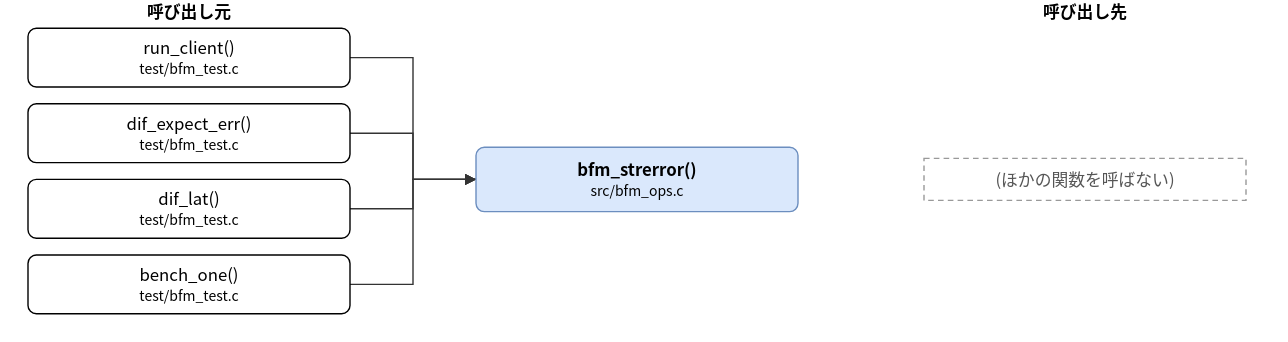
Earlier version of the draw.io export doc/spec/images/call_src_bfm_ops-bfm_strerror.drawio.svg (hf355051012-ai/bfmem). Source tidied: cells renumbered, new cells last; positions are measured from the earlier drawing's top-left corner, leaving out a move shared by most shapes. The source it was exported from:
```xml
<mxGraphModel>
  <root>
    <mxCell id="0" />
    <mxCell id="1" parent="0" />
    <mxCell id="2" value="bfm_strerror()&lt;br&gt;&lt;font style=&quot;font-size:10px&quot;&gt;src/bfm_ops.c&lt;/font&gt;" style="rounded=1;whiteSpace=wrap;html=1;fillColor=#dae8fc;strokeColor=#6c8ebf;fontStyle=1;" parent="1" vertex="1">
      <mxGeometry x="320" y="105" width="230" height="46" as="geometry" />
    </mxCell>
    <mxCell id="3" value="run_client()&lt;br&gt;&lt;font style=&quot;font-size:10px&quot;&gt;test/bfm_test.c&lt;/font&gt;" style="rounded=1;whiteSpace=wrap;html=1;" parent="1" vertex="1">
      <mxGeometry y="20" width="230" height="42" as="geometry" />
    </mxCell>
    <mxCell id="4" value="dif_expect_err()&lt;br&gt;&lt;font style=&quot;font-size:10px&quot;&gt;test/bfm_test.c&lt;/font&gt;" style="rounded=1;whiteSpace=wrap;html=1;" parent="1" vertex="1">
      <mxGeometry y="74" width="230" height="42" as="geometry" />
    </mxCell>
    <mxCell id="5" value="dif_lat()&lt;br&gt;&lt;font style=&quot;font-size:10px&quot;&gt;test/bfm_test.c&lt;/font&gt;" style="rounded=1;whiteSpace=wrap;html=1;" parent="1" vertex="1">
      <mxGeometry y="128" width="230" height="42" as="geometry" />
    </mxCell>
    <mxCell id="6" value="bench_one()&lt;br&gt;&lt;font style=&quot;font-size:10px&quot;&gt;test/bfm_test.c&lt;/font&gt;" style="rounded=1;whiteSpace=wrap;html=1;" parent="1" vertex="1">
      <mxGeometry y="182" width="230" height="42" as="geometry" />
    </mxCell>
    <mxCell id="7" value="(ほかの関数を呼ばない)" style="rounded=0;whiteSpace=wrap;html=1;dashed=1;strokeColor=#999999;fontColor=#555555;dashed=1;" parent="1" vertex="1">
      <mxGeometry x="640" y="113" width="230" height="30" as="geometry" />
    </mxCell>
    <mxCell id="8" style="edgeStyle=none;html=1;rounded=0;endArrow=block;endFill=1;exitX=1.0000;exitY=0.5000;exitDx=0;exitDy=0;exitPerimeter=0;entryX=0.0000;entryY=0.5000;entryDx=0;entryDy=0;entryPerimeter=0;" parent="1" edge="1" source="3" target="2">
      <mxGeometry relative="1" as="geometry">
        <Array as="points">
          <mxPoint x="275" y="41" />
          <mxPoint x="275" y="128" />
        </Array>
      </mxGeometry>
    </mxCell>
    <mxCell id="9" style="edgeStyle=none;html=1;rounded=0;endArrow=block;endFill=1;exitX=1.0000;exitY=0.5000;exitDx=0;exitDy=0;exitPerimeter=0;entryX=0.0000;entryY=0.5000;entryDx=0;entryDy=0;entryPerimeter=0;" parent="1" edge="1" source="4" target="2">
      <mxGeometry relative="1" as="geometry">
        <Array as="points">
          <mxPoint x="275" y="95" />
          <mxPoint x="275" y="128" />
        </Array>
      </mxGeometry>
    </mxCell>
    <mxCell id="10" style="edgeStyle=none;html=1;rounded=0;endArrow=block;endFill=1;exitX=1.0000;exitY=0.5000;exitDx=0;exitDy=0;exitPerimeter=0;entryX=0.0000;entryY=0.5000;entryDx=0;entryDy=0;entryPerimeter=0;" parent="1" edge="1" source="5" target="2">
      <mxGeometry relative="1" as="geometry">
        <Array as="points">
          <mxPoint x="275" y="149" />
          <mxPoint x="275" y="128" />
        </Array>
      </mxGeometry>
    </mxCell>
    <mxCell id="11" style="edgeStyle=none;html=1;rounded=0;endArrow=block;endFill=1;exitX=1.0000;exitY=0.5000;exitDx=0;exitDy=0;exitPerimeter=0;entryX=0.0000;entryY=0.5000;entryDx=0;entryDy=0;entryPerimeter=0;" parent="1" edge="1" source="6" target="2">
      <mxGeometry relative="1" as="geometry">
        <Array as="points">
          <mxPoint x="275" y="203" />
          <mxPoint x="275" y="128" />
        </Array>
      </mxGeometry>
    </mxCell>
    <mxCell id="12" value="呼び出し元" style="text;html=1;align=center;fontStyle=1;" parent="1" vertex="1">
      <mxGeometry x="35" width="160" height="18" as="geometry" />
    </mxCell>
    <mxCell id="13" value="呼び出し先" style="text;html=1;align=center;fontStyle=1;" parent="1" vertex="1">
      <mxGeometry x="675" width="160" height="18" as="geometry" />
    </mxCell>
  </root>
</mxGraphModel>
```
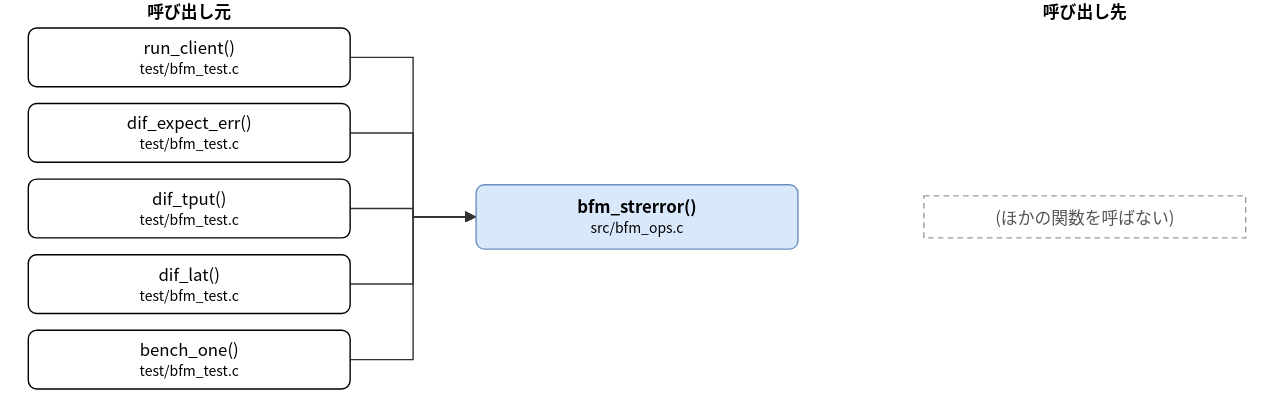
Above is the later version.

The edit, as a diff of the source:
```diff
@@ -3,7 +3,7 @@
     <mxCell id="0" />
     <mxCell id="1" parent="0" />
     <mxCell id="2" value="bfm_strerror()&lt;br&gt;&lt;font style=&quot;font-size:10px&quot;&gt;src/bfm_ops.c&lt;/font&gt;" style="rounded=1;whiteSpace=wrap;html=1;fillColor=#dae8fc;strokeColor=#6c8ebf;fontStyle=1;" parent="1" vertex="1">
-      <mxGeometry x="320" y="105" width="230" height="46" as="geometry" />
+      <mxGeometry x="320" y="132" width="230" height="46" as="geometry" />
     </mxCell>
     <mxCell id="3" value="run_client()&lt;br&gt;&lt;font style=&quot;font-size:10px&quot;&gt;test/bfm_test.c&lt;/font&gt;" style="rounded=1;whiteSpace=wrap;html=1;" parent="1" vertex="1">
       <mxGeometry y="20" width="230" height="42" as="geometry" />
@@ -11,20 +11,23 @@
     <mxCell id="4" value="dif_expect_err()&lt;br&gt;&lt;font style=&quot;font-size:10px&quot;&gt;test/bfm_test.c&lt;/font&gt;" style="rounded=1;whiteSpace=wrap;html=1;" parent="1" vertex="1">
       <mxGeometry y="74" width="230" height="42" as="geometry" />
     </mxCell>
-    <mxCell id="5" value="dif_lat()&lt;br&gt;&lt;font style=&quot;font-size:10px&quot;&gt;test/bfm_test.c&lt;/font&gt;" style="rounded=1;whiteSpace=wrap;html=1;" parent="1" vertex="1">
+    <mxCell id="5" value="dif_tput()&lt;br&gt;&lt;font style=&quot;font-size:10px&quot;&gt;test/bfm_test.c&lt;/font&gt;" style="rounded=1;whiteSpace=wrap;html=1;" parent="1" vertex="1">
       <mxGeometry y="128" width="230" height="42" as="geometry" />
     </mxCell>
-    <mxCell id="6" value="bench_one()&lt;br&gt;&lt;font style=&quot;font-size:10px&quot;&gt;test/bfm_test.c&lt;/font&gt;" style="rounded=1;whiteSpace=wrap;html=1;" parent="1" vertex="1">
+    <mxCell id="6" value="dif_lat()&lt;br&gt;&lt;font style=&quot;font-size:10px&quot;&gt;test/bfm_test.c&lt;/font&gt;" style="rounded=1;whiteSpace=wrap;html=1;" parent="1" vertex="1">
       <mxGeometry y="182" width="230" height="42" as="geometry" />
     </mxCell>
+    <mxCell id="14" value="bench_one()&lt;br&gt;&lt;font style=&quot;font-size:10px&quot;&gt;test/bfm_test.c&lt;/font&gt;" style="rounded=1;whiteSpace=wrap;html=1;" parent="1" vertex="1">
+      <mxGeometry y="236" width="230" height="42" as="geometry" />
+    </mxCell>
     <mxCell id="7" value="(ほかの関数を呼ばない)" style="rounded=0;whiteSpace=wrap;html=1;dashed=1;strokeColor=#999999;fontColor=#555555;dashed=1;" parent="1" vertex="1">
-      <mxGeometry x="640" y="113" width="230" height="30" as="geometry" />
+      <mxGeometry x="640" y="140" width="230" height="30" as="geometry" />
     </mxCell>
     <mxCell id="8" style="edgeStyle=none;html=1;rounded=0;endArrow=block;endFill=1;exitX=1.0000;exitY=0.5000;exitDx=0;exitDy=0;exitPerimeter=0;entryX=0.0000;entryY=0.5000;entryDx=0;entryDy=0;entryPerimeter=0;" parent="1" edge="1" source="3" target="2">
       <mxGeometry relative="1" as="geometry">
         <Array as="points">
           <mxPoint x="275" y="41" />
-          <mxPoint x="275" y="128" />
+          <mxPoint x="275" y="155" />
         </Array>
       </mxGeometry>
     </mxCell>
@@ -32,7 +35,7 @@
       <mxGeometry relative="1" as="geometry">
         <Array as="points">
           <mxPoint x="275" y="95" />
-          <mxPoint x="275" y="128" />
+          <mxPoint x="275" y="155" />
         </Array>
       </mxGeometry>
     </mxCell>
@@ -40,7 +43,7 @@
       <mxGeometry relative="1" as="geometry">
         <Array as="points">
           <mxPoint x="275" y="149" />
-          <mxPoint x="275" y="128" />
+          <mxPoint x="275" y="155" />
         </Array>
       </mxGeometry>
     </mxCell>
@@ -48,10 +51,18 @@
       <mxGeometry relative="1" as="geometry">
         <Array as="points">
           <mxPoint x="275" y="203" />
-          <mxPoint x="275" y="128" />
+          <mxPoint x="275" y="155" />
         </Array>
       </mxGeometry>
     </mxCell>
+    <mxCell id="15" style="edgeStyle=none;html=1;rounded=0;endArrow=block;endFill=1;exitX=1.0000;exitY=0.5000;exitDx=0;exitDy=0;exitPerimeter=0;entryX=0.0000;entryY=0.5000;entryDx=0;entryDy=0;entryPerimeter=0;" parent="1" edge="1" source="14" target="2">
+      <mxGeometry relative="1" as="geometry">
+        <Array as="points">
+          <mxPoint x="275" y="257" />
+          <mxPoint x="275" y="155" />
+        </Array>
+      </mxGeometry>
+    </mxCell>
     <mxCell id="12" value="呼び出し元" style="text;html=1;align=center;fontStyle=1;" parent="1" vertex="1">
       <mxGeometry x="35" width="160" height="18" as="geometry" />
     </mxCell>
```
